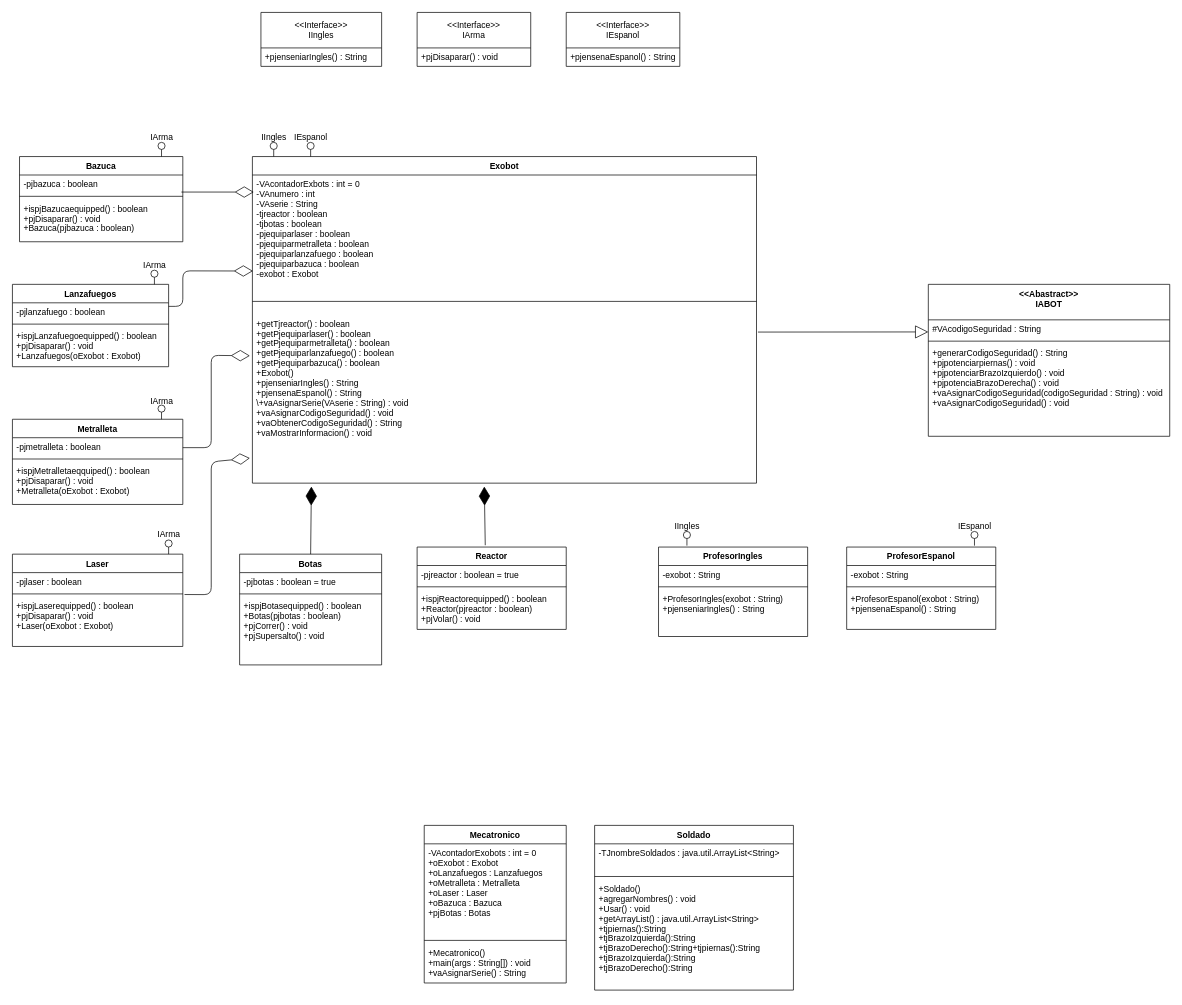
This is Utilities/ClassDiagramCyberbot.drawio from Vladimirjon/CyberbotG4, a draw.io file, before an edit. Source tidied: cells renumbered, new cells numbered last; positions are measured from the earlier drawing's top-left corner, leaving out a move shared by most shapes. Both pictures are drawn from the tidied source at 71%, with x=0, y=0 at pixel (12, 12).
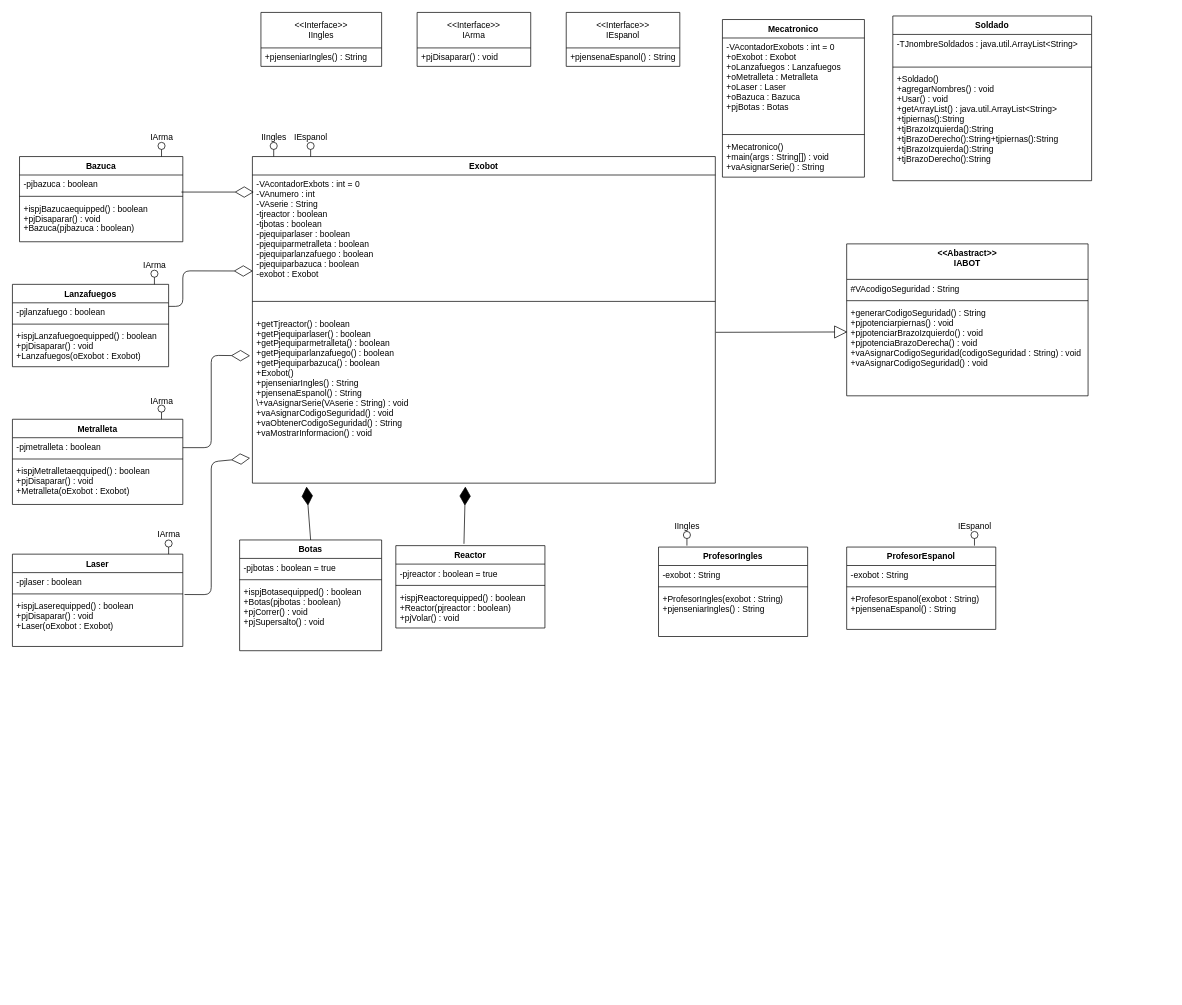
The same diagram, later.

Commit message:
diagrama de clase ready

The change refers to these unchanged cells:
```xml
<mxCell id="25" value="+generarCodigoSeguridad() : String&#10;+pjpotenciarpiernas() : void&#10;+pjpotenciarBrazoIzquierdo() : void&#10;+pjpotenciaBrazoDerecha() : void&#10;+vaAsignarCodigoSeguridad(codigoSeguridad : String) : void&#10;+vaAsignarCodigoSeguridad() : void" style="text;strokeColor=none;fillColor=none;align=left;verticalAlign=top;spacingLeft=4;spacingRight=4;overflow=hidden;points=[[0,0.5],[1,0.5]];portConstraint=eastwest;" parent="22" vertex="1">
  <mxGeometry y="84" width="340" height="130" as="geometry" />
</mxCell>
```

Change to the diagram source:
```diff
@@
     <mxCell id="2" value="Exobot" style="swimlane;fontStyle=1;align=center;verticalAlign=top;horizontal=1;startSize=26;" parent="1" vertex="1">
-      <mxGeometry x="338" y="203" width="710" height="460" as="geometry" />
+      <mxGeometry x="338" y="203" width="652" height="460" as="geometry" />
     </mxCell>
     <mxCell id="3" value="-VAcontadorExbots : int = 0&#10;-VAnumero : int&#10;-VAserie : String&#10;-tjreactor : boolean&#10;-tjbotas : boolean&#10;-pjequiparlaser : boolean&#10;-pjequiparmetralleta : boolean&#10;-pjequiparlanzafuego : boolean&#10;-pjequiparbazuca : boolean&#10;-exobot : Exobot&#10;&#10;" style="text;strokeColor=none;fillColor=none;align=left;verticalAlign=top;spacingLeft=4;spacingRight=4;overflow=hidden;points=[[0,0.5],[1,0.5]];portConstraint=eastwest;" parent="2" vertex="1">
-      <mxGeometry y="26" width="710" height="174" as="geometry" />
+      <mxGeometry y="26" width="652" height="174" as="geometry" />
     </mxCell>
     <mxCell id="4" style="line;strokeWidth=1;fillColor=none;align=left;verticalAlign=middle;spacingTop=-1;spacingLeft=3;spacingRight=3;labelPosition=right;strokeColor=inherit;" parent="2" vertex="1">
-      <mxGeometry y="200" width="710" height="8" as="geometry" />
+      <mxGeometry y="200" width="652" height="8" as="geometry" />
     </mxCell>
     <mxCell id="5" value="&#10;+getTjreactor() : boolean&#10;+getPjequiparlaser() : boolean&#10;+getPjequiparmetralleta() : boolean&#10;+getPjequiparlanzafuego() : boolean&#10;+getPjequiparbazuca() : boolean&#10;+Exobot()&#10;+pjenseniarIngles() : String&#10;+pjensenaEspanol() : String&#10;\+vaAsignarSerie(VAserie : String) : void&#10;+vaAsignarCodigoSeguridad() : void&#10;+vaObtenerCodigoSeguridad() : String&#10;+vaMostrarInformacion() : void" style="text;strokeColor=none;fillColor=none;align=left;verticalAlign=top;spacingLeft=4;spacingRight=4;overflow=hidden;points=[[0,0.5],[1,0.5]];portConstraint=eastwest;" parent="2" vertex="1">
-      <mxGeometry y="208" width="710" height="252" as="geometry" />
+      <mxGeometry y="208" width="652" height="252" as="geometry" />
     </mxCell>
@@
     <mxCell id="22" value="&lt;&lt;Abastract&gt;&gt;&#10;IABOT" style="swimlane;fontStyle=1;align=center;verticalAlign=top;horizontal=1;startSize=50;" parent="1" vertex="1">
-      <mxGeometry x="1290" y="383" width="340" height="214" as="geometry" />
+      <mxGeometry x="1175" y="326" width="340" height="214" as="geometry" />
     </mxCell>
@@
     <mxCell id="32" value="Botas" style="swimlane;fontStyle=1;align=center;verticalAlign=top;horizontal=1;startSize=26;" parent="1" vertex="1">
-      <mxGeometry x="320" y="763" width="200" height="156" as="geometry" />
+      <mxGeometry x="320" y="743" width="200" height="156" as="geometry" />
     </mxCell>
@@
     <mxCell id="36" value="Reactor" style="swimlane;fontStyle=1;align=center;verticalAlign=top;horizontal=1;startSize=26;" parent="1" vertex="1">
-      <mxGeometry x="570" y="753" width="210" height="116" as="geometry" />
+      <mxGeometry x="540" y="751" width="210" height="116" as="geometry" />
     </mxCell>
@@
     <mxCell id="44" value="Mecatronico" style="swimlane;fontStyle=1;align=center;verticalAlign=top;horizontal=1;startSize=26;" parent="1" vertex="1">
-      <mxGeometry x="580" y="1145" width="200" height="222" as="geometry" />
+      <mxGeometry x="1000" y="10" width="200" height="222" as="geometry" />
     </mxCell>
@@
     <mxCell id="48" value="Soldado" style="swimlane;fontStyle=1;align=center;verticalAlign=top;horizontal=1;startSize=26;" parent="1" vertex="1">
-      <mxGeometry x="820" y="1145" width="280" height="232" as="geometry" />
+      <mxGeometry x="1240" y="5" width="280" height="232" as="geometry" />
     </mxCell>
@@
-    <mxCell id="52" style="endArrow=block;endSize=16;endFill=0;html=1;" parent="1" edge="1">
-      <mxGeometry x="-0.12" y="-143" relative="1" as="geometry">
-        <mxPoint x="1050" y="450.2" as="sourcePoint" />
-        <mxPoint x="1290" y="450" as="targetPoint" />
-      </mxGeometry>
+    <mxCell id="52" style="endArrow=block;endSize=16;endFill=0;html=1;entryX=0.003;entryY=0.308;entryDx=0;entryDy=0;entryPerimeter=0;exitX=1.001;exitY=0.157;exitDx=0;exitDy=0;exitPerimeter=0;" parent="1" edge="1" source="5" target="25">
+      <mxGeometry x="-0.12" y="-143" relative="1" as="geometry" />
     </mxCell>
```
